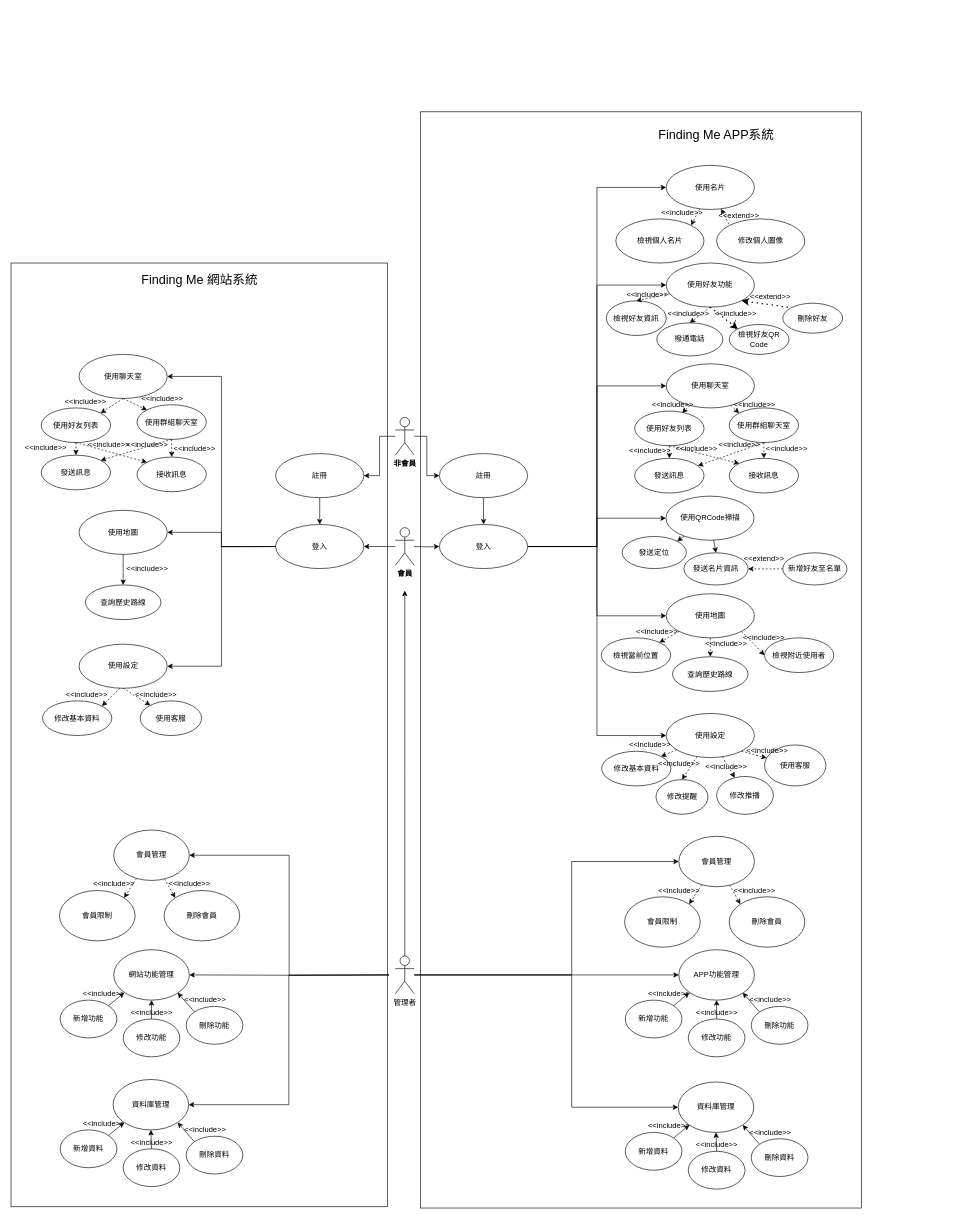
This is page "使用個案圖" (1 of 3) of Untitled Diagram.drawio from may900620/codepanimg, a draw.io file, before an edit. Source tidied: cells renumbered, new cells numbered last; positions are measured from the earlier drawing's top-left corner, leaving out a move shared by most shapes. Both pictures are drawn from the tidied source at 63%, with x=0, y=0 at pixel (11, 112).
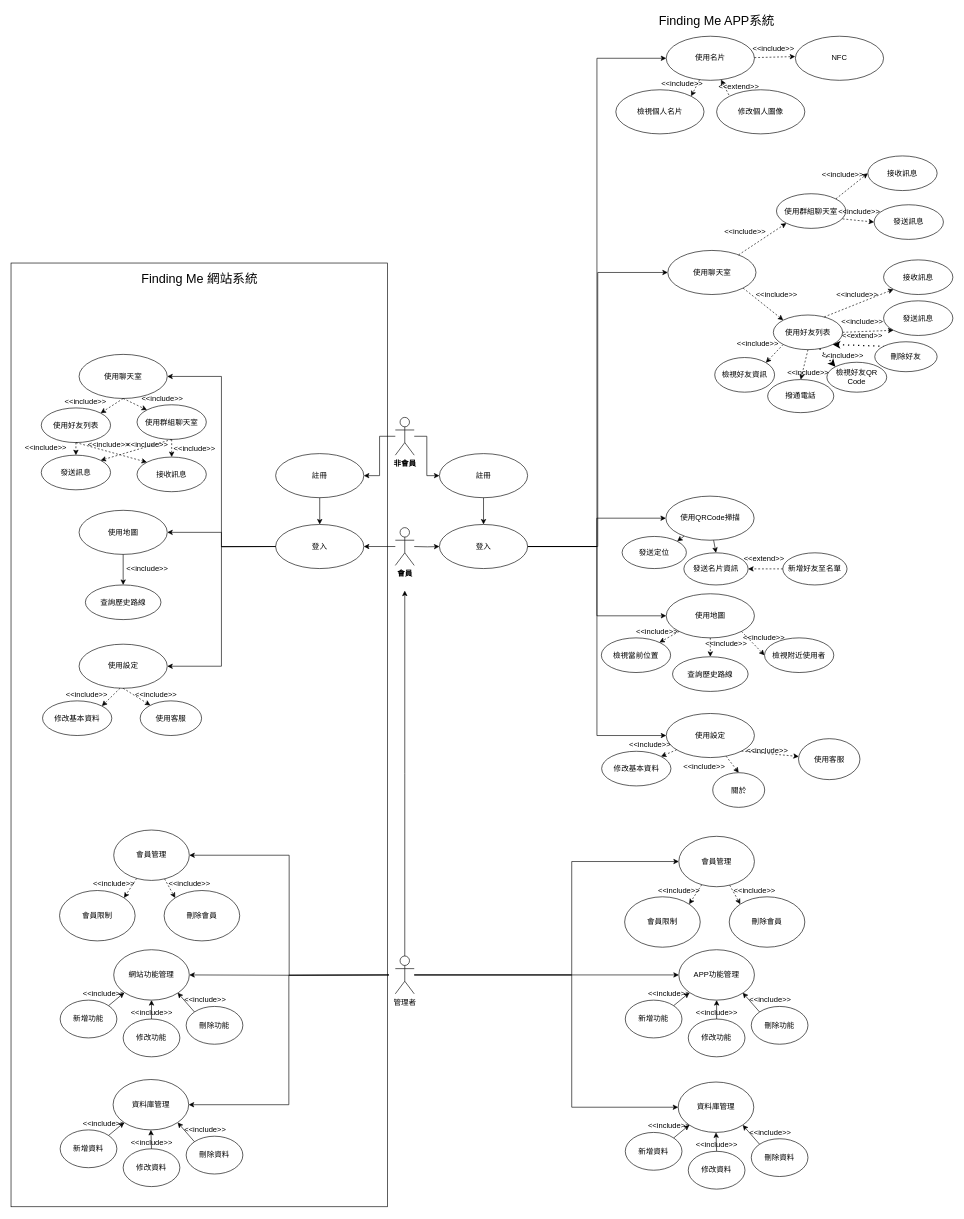
After the change.

The change refers to these unchanged cells:
```xml
<mxCell id="12" value="登入" style="ellipse;whiteSpace=wrap;html=1;fillColor=default;strokeColor=default;fontColor=default;" parent="1" vertex="1">
  <mxGeometry x="680" y="655" width="140" height="70" as="geometry" />
</mxCell>
<mxCell id="36" value="使用設定" style="ellipse;whiteSpace=wrap;html=1;fillColor=default;strokeColor=default;fontColor=default;" parent="1" vertex="1">
  <mxGeometry x="1040" y="955" width="140" height="70" as="geometry" />
</mxCell>
```

What changed in the source:
```diff
@@
-    <mxCell id="2" style="rounded=0;whiteSpace=wrap;html=1;labelBackgroundColor=none;fontSize=20;fillColor=none;verticalAlign=middle;" parent="1" vertex="1">
-      <mxGeometry x="650" width="700" height="1740" as="geometry" />
-    </mxCell>
@@
-    <mxCell id="10" style="edgeStyle=orthogonalEdgeStyle;rounded=0;jettySize=auto;html=1;entryX=0;entryY=0.5;entryDx=0;entryDy=0;labelBackgroundColor=default;fontColor=default;endArrow=classic;endFill=1;strokeColor=default;exitX=1;exitY=0.5;exitDx=0;exitDy=0;" parent="1" edge="1" source="12" target="54">
-      <mxGeometry relative="1" as="geometry" />
-    </mxCell>
@@
     <mxCell id="18" value="使用名片" style="ellipse;whiteSpace=wrap;html=1;fillColor=default;strokeColor=default;fontColor=default;" parent="1" vertex="1">
-      <mxGeometry x="1040" y="85" width="140" height="70" as="geometry" />
+      <mxGeometry x="1040" y="-120" width="140" height="70" as="geometry" />
     </mxCell>
@@
-    <mxCell id="33" style="edgeStyle=none;rounded=0;jettySize=auto;html=1;dashed=1;labelBackgroundColor=default;fontColor=default;endArrow=classic;endFill=1;strokeColor=default;" parent="1" edge="1" source="36" target="46">
-      <mxGeometry relative="1" as="geometry" />
-    </mxCell>
@@
     <mxCell id="42" value="修改個人圖像" style="ellipse;whiteSpace=wrap;html=1;fillColor=default;strokeColor=default;fontColor=default;" parent="1" vertex="1">
-      <mxGeometry x="1120" y="170" width="140" height="70" as="geometry" />
+      <mxGeometry x="1120" y="-35" width="140" height="70" as="geometry" />
     </mxCell>
     <mxCell id="43" value="&amp;lt;&amp;lt;extend&amp;gt;&amp;gt;" style="text;html=1;align=center;verticalAlign=middle;strokeColor=none;fillColor=none;fontColor=default;" parent="1" vertex="1">
-      <mxGeometry x="1115" y="155" width="80" height="20" as="geometry" />
+      <mxGeometry x="1115" y="-50" width="80" height="20" as="geometry" />
     </mxCell>
     <mxCell id="44" value="&amp;lt;&amp;lt;include&amp;gt;&amp;gt;" style="text;html=1;align=center;verticalAlign=middle;strokeColor=none;fillColor=none;fontColor=default;" parent="1" vertex="1">
-      <mxGeometry x="1025" y="150" width="80" height="20" as="geometry" />
+      <mxGeometry x="1025" y="-55" width="80" height="20" as="geometry" />
     </mxCell>
@@
-    <mxCell id="46" value="修改推播" style="ellipse;whiteSpace=wrap;html=1;fontColor=default;strokeColor=default;fillColor=default;" parent="1" vertex="1">
-      <mxGeometry x="1120" y="1055" width="90" height="60" as="geometry" />
-    </mxCell>
-    <mxCell id="47" value="修改提醒" style="ellipse;whiteSpace=wrap;html=1;fontColor=default;strokeColor=default;fillColor=default;" parent="1" vertex="1">
-      <mxGeometry x="1023.8" y="1060" width="82.5" height="55" as="geometry" />
+    <mxCell id="47" value="關於" style="ellipse;whiteSpace=wrap;html=1;fontColor=default;strokeColor=default;fillColor=default;" parent="1" vertex="1">
+      <mxGeometry x="1113.8" y="1049" width="82.5" height="55" as="geometry" />
     </mxCell>
@@
     <mxCell id="52" value="&lt;div&gt;使用客服&lt;/div&gt;" style="ellipse;whiteSpace=wrap;html=1;fontColor=default;strokeColor=default;fillColor=default;" parent="1" vertex="1">
-      <mxGeometry x="1196" y="1005" width="97.5" height="65" as="geometry" />
+      <mxGeometry x="1250" y="995" width="97.5" height="65" as="geometry" />
     </mxCell>
     <mxCell id="53" value="檢視個人名片" style="ellipse;whiteSpace=wrap;html=1;fillColor=default;strokeColor=default;fontColor=default;" parent="1" vertex="1">
-      <mxGeometry x="960" y="170" width="140" height="70" as="geometry" />
+      <mxGeometry x="960" y="-35" width="140" height="70" as="geometry" />
     </mxCell>
-    <mxCell id="54" value="使用好友功能" style="ellipse;whiteSpace=wrap;html=1;fillColor=default;strokeColor=default;fontColor=default;" parent="1" vertex="1">
-      <mxGeometry x="1040" y="240" width="140" height="70" as="geometry" />
-    </mxCell>
     <mxCell id="55" value="撥通電話" style="ellipse;whiteSpace=wrap;html=1;fillColor=default;strokeColor=default;fontColor=default;" parent="1" vertex="1">
-      <mxGeometry x="1025" y="335" width="105" height="52.5" as="geometry" />
+      <mxGeometry x="1201" y="425" width="105" height="52.5" as="geometry" />
     </mxCell>
-    <mxCell id="56" value="&amp;lt;&amp;lt;extend&amp;gt;&amp;gt;" style="text;html=1;align=center;verticalAlign=middle;strokeColor=none;fillColor=none;fontColor=default;" parent="1" vertex="1">
-      <mxGeometry x="1165" y="283.8" width="80" height="20" as="geometry" />
-    </mxCell>
-    <mxCell id="57" value="檢視好友資訊" style="ellipse;whiteSpace=wrap;html=1;fillColor=default;strokeColor=default;fontColor=default;" parent="1" vertex="1">
-      <mxGeometry x="945" y="300" width="95" height="55" as="geometry" />
-    </mxCell>
-    <mxCell id="58" style="edgeStyle=none;rounded=0;jettySize=auto;html=1;entryX=0.5;entryY=0;entryDx=0;entryDy=0;dashed=1;labelBackgroundColor=default;fontColor=default;endArrow=classic;endFill=1;strokeColor=default;" parent="1" edge="1" target="55">
-      <mxGeometry x="285" y="360" as="geometry">
-        <mxPoint x="1110" y="310" as="sourcePoint" />
-      </mxGeometry>
+    <mxCell id="58" style="edgeStyle=none;rounded=0;jettySize=auto;html=1;entryX=0.5;entryY=0;entryDx=0;entryDy=0;dashed=1;labelBackgroundColor=default;fontColor=default;endArrow=classic;endFill=1;strokeColor=default;exitX=0.5;exitY=1;exitDx=0;exitDy=0;" parent="1" edge="1" source="67" target="55">
+      <mxGeometry x="400" y="420" as="geometry" />
     </mxCell>
-    <mxCell id="59" style="rounded=0;jettySize=auto;html=1;entryX=0.5;entryY=0;entryDx=0;entryDy=0;labelBackgroundColor=default;fontColor=default;endArrow=classic;endFill=1;strokeColor=default;dashed=1;" parent="1" edge="1" source="54" target="57">
-      <mxGeometry x="285" y="360" as="geometry" />
-    </mxCell>
-    <mxCell id="60" value="刪除好友" style="ellipse;whiteSpace=wrap;html=1;fillColor=default;strokeColor=default;fontColor=default;" parent="1" vertex="1">
-      <mxGeometry x="1225" y="303.8" width="95" height="47.5" as="geometry" />
-    </mxCell>
-    <mxCell id="61" style="endArrow=none;dashed=1;html=1;dashPattern=1 3;strokeWidth=2;rounded=0;entryX=0;entryY=0;entryDx=0;entryDy=0;exitX=1;exitY=1;exitDx=0;exitDy=0;endFill=0;startArrow=classic;startFill=1;" parent="1" edge="1" source="54" target="60">
-      <mxGeometry relative="1" as="geometry" />
-    </mxCell>
-    <mxCell id="62" style="edgeStyle=orthogonalEdgeStyle;rounded=0;jettySize=auto;html=1;dashed=1;startArrow=none;startFill=0;endArrow=classic;endFill=1;" parent="1" edge="1" source="63" target="64">
-      <mxGeometry relative="1" as="geometry" />
+    <mxCell id="62" style="edgeStyle=orthogonalEdgeStyle;rounded=0;orthogonalLoop=1;jettySize=auto;html=1;dashed=1;startArrow=none;startFill=0;endArrow=classic;endFill=1;" parent="1" edge="1">
+      <mxGeometry relative="1" as="geometry">
+        <mxPoint x="1152.5" y="125" as="sourcePoint" />
+      </mxGeometry>
     </mxCell>
-    <mxCell id="63" value="&amp;lt;&amp;lt;include&amp;gt;&amp;gt;" style="text;html=1;align=center;verticalAlign=middle;points=[];strokeColor=none;fillColor=none;fontColor=default;" parent="1" vertex="1">
-      <mxGeometry x="1110" y="310" width="80" height="20" as="geometry" />
-    </mxCell>
-    <mxCell id="64" value="檢視好友QR Code" style="ellipse;whiteSpace=wrap;html=1;fillColor=default;strokeColor=default;fontColor=default;" parent="1" vertex="1">
-      <mxGeometry x="1140" y="337.5" width="95" height="47.5" as="geometry" />
-    </mxCell>
-    <mxCell id="65" style="endArrow=classic;dashed=1;html=1;dashPattern=1 3;strokeWidth=2;rounded=0;entryX=0;entryY=0;entryDx=0;entryDy=0;exitX=0.5;exitY=1;exitDx=0;exitDy=0;endFill=1;" parent="1" edge="1" source="54" target="64">
-      <mxGeometry relative="1" as="geometry" />
-    </mxCell>
     <mxCell id="66" value="使用聊天室" style="ellipse;whiteSpace=wrap;html=1;fillColor=default;strokeColor=default;fontColor=default;" parent="1" vertex="1">
-      <mxGeometry x="1040" y="400" width="140" height="70" as="geometry" />
+      <mxGeometry x="1042.5" y="220" width="140" height="70" as="geometry" />
     </mxCell>
     <mxCell id="67" value="使用好友列表" style="ellipse;whiteSpace=wrap;html=1;fillColor=default;strokeColor=default;fontColor=default;" parent="1" vertex="1">
-      <mxGeometry x="990" y="475" width="110" height="55" as="geometry" />
+      <mxGeometry x="1210" y="322.5" width="110" height="55" as="geometry" />
     </mxCell>
     <mxCell id="68" value="使用群組聊天室" style="ellipse;whiteSpace=wrap;html=1;fillColor=default;strokeColor=default;fontColor=default;" parent="1" vertex="1">
-      <mxGeometry x="1140" y="470" width="110" height="55" as="geometry" />
+      <mxGeometry x="1215" y="130" width="110" height="55" as="geometry" />
     </mxCell>
     <mxCell id="69" value="&amp;lt;&amp;lt;include&amp;gt;&amp;gt;" style="text;html=1;align=center;verticalAlign=middle;strokeColor=none;fillColor=none;fontColor=default;" parent="1" vertex="1">
-      <mxGeometry x="1010" y="455" width="80" height="20" as="geometry" />
+      <mxGeometry x="1125" y="180" width="80" height="20" as="geometry" />
     </mxCell>
     <mxCell id="70" value="&amp;lt;&amp;lt;include&amp;gt;&amp;gt;" style="text;html=1;align=center;verticalAlign=middle;strokeColor=none;fillColor=none;fontColor=default;" parent="1" vertex="1">
-      <mxGeometry x="1140" y="455" width="80" height="20" as="geometry" />
+      <mxGeometry x="1280" y="90" width="80" height="20" as="geometry" />
     </mxCell>
-    <mxCell id="71" style="endArrow=classic;html=1;rounded=0;labelBackgroundColor=default;fontColor=default;strokeColor=default;entryX=0.685;entryY=0.055;entryDx=0;entryDy=0;entryPerimeter=0;exitX=0.264;exitY=0.943;exitDx=0;exitDy=0;dashed=1;endFill=1;exitPerimeter=0;startArrow=none;startFill=0;" parent="1" edge="1" source="66" target="67">
+    <mxCell id="71" style="endArrow=classic;html=1;rounded=0;labelBackgroundColor=default;fontColor=default;strokeColor=default;entryX=0;entryY=0;entryDx=0;entryDy=0;exitX=1;exitY=1;exitDx=0;exitDy=0;dashed=1;endFill=1;startArrow=none;startFill=0;" parent="1" edge="1" source="66" target="67">
       <mxGeometry x="310" y="520" as="geometry" />
     </mxCell>
-    <mxCell id="72" style="endArrow=classic;dashed=1;html=1;rounded=0;labelBackgroundColor=default;fontColor=default;strokeColor=default;entryX=0;entryY=0;entryDx=0;entryDy=0;endFill=1;startArrow=none;startFill=0;" parent="1" edge="1" source="66" target="68">
+    <mxCell id="72" style="endArrow=classic;dashed=1;html=1;rounded=0;labelBackgroundColor=default;fontColor=default;strokeColor=default;entryX=0;entryY=1;entryDx=0;entryDy=0;endFill=1;startArrow=none;startFill=0;" parent="1" edge="1" source="66" target="68">
       <mxGeometry x="310" y="520" as="geometry" />
     </mxCell>
@@
     <mxCell id="76" value="&amp;lt;&amp;lt;include&amp;gt;&amp;gt;" style="text;html=1;align=center;verticalAlign=middle;strokeColor=none;fillColor=none;fontColor=default;" parent="1" vertex="1">
-      <mxGeometry x="1035" y="310" width="80" height="20" as="geometry" />
+      <mxGeometry x="1225" y="405" width="80" height="20" as="geometry" />
     </mxCell>
-    <mxCell id="77" value="&amp;lt;&amp;lt;include&amp;gt;&amp;gt;" style="text;html=1;align=center;verticalAlign=middle;strokeColor=none;fillColor=none;fontColor=default;" parent="1" vertex="1">
-      <mxGeometry x="970" y="280" width="80" height="20" as="geometry" />
-    </mxCell>
     <mxCell id="78" value="發送訊息" style="ellipse;whiteSpace=wrap;html=1;fillColor=default;strokeColor=default;fontColor=default;" parent="1" vertex="1">
-      <mxGeometry x="990" y="550" width="110" height="55" as="geometry" />
+      <mxGeometry x="1385" y="300" width="110" height="55" as="geometry" />
     </mxCell>
     <mxCell id="79" value="接收訊息" style="ellipse;whiteSpace=wrap;html=1;fillColor=default;strokeColor=default;fontColor=default;" parent="1" vertex="1">
-      <mxGeometry x="1140" y="550" width="110" height="55" as="geometry" />
+      <mxGeometry x="1385" y="235" width="110" height="55" as="geometry" />
     </mxCell>
-    <mxCell id="80" style="endArrow=classic;html=1;rounded=0;labelBackgroundColor=default;fontColor=default;strokeColor=default;entryX=0.5;entryY=0;entryDx=0;entryDy=0;exitX=0.5;exitY=1;exitDx=0;exitDy=0;dashed=1;endFill=1;startArrow=none;startFill=0;" parent="1" edge="1" source="67" target="78">
+    <mxCell id="80" style="endArrow=classic;html=1;rounded=0;labelBackgroundColor=default;fontColor=default;strokeColor=default;entryX=0;entryY=1;entryDx=0;entryDy=0;exitX=1;exitY=0.5;exitDx=0;exitDy=0;dashed=1;endFill=1;startArrow=none;startFill=0;" parent="1" edge="1" source="67" target="78">
       <mxGeometry x="320" y="530" as="geometry" />
     </mxCell>
-    <mxCell id="81" style="endArrow=classic;html=1;rounded=0;labelBackgroundColor=default;fontColor=default;strokeColor=default;entryX=0;entryY=0;entryDx=0;entryDy=0;exitX=0.5;exitY=1;exitDx=0;exitDy=0;dashed=1;endFill=1;startArrow=none;startFill=0;" parent="1" edge="1" source="67" target="79">
+    <mxCell id="81" style="endArrow=classic;html=1;rounded=0;labelBackgroundColor=default;fontColor=default;strokeColor=default;entryX=0;entryY=1;entryDx=0;entryDy=0;exitX=0.734;exitY=0.056;exitDx=0;exitDy=0;dashed=1;endFill=1;startArrow=none;startFill=0;exitPerimeter=0;" parent="1" edge="1" source="67" target="79">
       <mxGeometry x="330" y="540" as="geometry" />
     </mxCell>
-    <mxCell id="82" style="endArrow=classic;html=1;rounded=0;labelBackgroundColor=default;fontColor=default;strokeColor=default;exitX=0.5;exitY=1;exitDx=0;exitDy=0;dashed=1;endFill=1;startArrow=none;startFill=0;" parent="1" edge="1" source="68" target="78">
-      <mxGeometry x="340" y="550" as="geometry" />
+    <mxCell id="82" style="endArrow=classic;html=1;rounded=0;labelBackgroundColor=default;fontColor=default;strokeColor=default;dashed=1;endFill=1;startArrow=none;startFill=0;entryX=0;entryY=0.5;entryDx=0;entryDy=0;" parent="1" edge="1" target="196">
+      <mxGeometry x="340" y="550" as="geometry">
+        <mxPoint x="1320" y="170" as="sourcePoint" />
+      </mxGeometry>
     </mxCell>
-    <mxCell id="83" style="endArrow=classic;html=1;rounded=0;labelBackgroundColor=default;fontColor=default;strokeColor=default;exitX=0.5;exitY=1;exitDx=0;exitDy=0;dashed=1;endFill=1;startArrow=none;startFill=0;" parent="1" edge="1" source="68" target="79">
+    <mxCell id="83" style="endArrow=classic;html=1;rounded=0;labelBackgroundColor=default;fontColor=default;strokeColor=default;exitX=1;exitY=0;exitDx=0;exitDy=0;dashed=1;endFill=1;startArrow=none;startFill=0;entryX=0;entryY=0.5;entryDx=0;entryDy=0;" parent="1" edge="1" source="68" target="197">
       <mxGeometry x="330" y="540" as="geometry" />
     </mxCell>
     <mxCell id="84" value="&amp;lt;&amp;lt;include&amp;gt;&amp;gt;" style="text;html=1;align=center;verticalAlign=middle;strokeColor=none;fillColor=none;fontColor=default;" parent="1" vertex="1">
-      <mxGeometry x="974" y="528" width="80" height="20" as="geometry" />
+      <mxGeometry x="1175" y="280" width="80" height="20" as="geometry" />
     </mxCell>
     <mxCell id="85" value="&amp;lt;&amp;lt;include&amp;gt;&amp;gt;" style="text;html=1;align=center;verticalAlign=middle;strokeColor=none;fillColor=none;fontColor=default;" parent="1" vertex="1">
-      <mxGeometry x="1191" y="525" width="80" height="20" as="geometry" />
+      <mxGeometry x="1302.5" y="280" width="80" height="20" as="geometry" />
     </mxCell>
     <mxCell id="86" value="&amp;lt;&amp;lt;include&amp;gt;&amp;gt;" style="text;html=1;align=center;verticalAlign=middle;strokeColor=none;fillColor=none;fontColor=default;" parent="1" vertex="1">
-      <mxGeometry x="1116" y="518" width="80" height="20" as="geometry" />
+      <mxGeometry x="1311" y="322.5" width="80" height="20" as="geometry" />
     </mxCell>
     <mxCell id="87" value="&amp;lt;&amp;lt;include&amp;gt;&amp;gt;" style="text;html=1;align=center;verticalAlign=middle;strokeColor=none;fillColor=none;fontColor=default;" parent="1" vertex="1">
-      <mxGeometry x="1048" y="525" width="80" height="20" as="geometry" />
+      <mxGeometry x="1306" y="147.5" width="80" height="20" as="geometry" />
     </mxCell>
@@
     <mxCell id="89" value="&amp;lt;&amp;lt;include&amp;gt;&amp;gt;" style="text;html=1;align=center;verticalAlign=middle;strokeColor=none;fillColor=none;fontColor=default;" parent="1" vertex="1">
-      <mxGeometry x="1020" y="1025" width="80" height="20" as="geometry" />
+      <mxGeometry x="1060" y="1029" width="80" height="20" as="geometry" />
     </mxCell>
-    <mxCell id="90" value="&amp;lt;&amp;lt;include&amp;gt;&amp;gt;" style="text;html=1;align=center;verticalAlign=middle;strokeColor=none;fillColor=none;fontColor=default;" parent="1" vertex="1">
-      <mxGeometry x="1095" y="1029" width="80" height="20" as="geometry" />
-    </mxCell>
@@
     <mxCell id="109" value="&lt;div&gt;Finding Me APP系統&lt;/div&gt;" style="text;html=1;align=center;verticalAlign=middle;strokeColor=none;fillColor=none;fontSize=20;" parent="1" vertex="1">
-      <mxGeometry x="1019" y="20" width="200" height="30" as="geometry" />
+      <mxGeometry x="1020" y="-160" width="200" height="30" as="geometry" />
     </mxCell>
@@
+    <mxCell id="56" value="&amp;lt;&amp;lt;extend&amp;gt;&amp;gt;" style="text;html=1;align=center;verticalAlign=middle;strokeColor=none;fillColor=none;fontColor=default;" parent="1" vertex="1">
+      <mxGeometry x="1311" y="345" width="80" height="20" as="geometry" />
+    </mxCell>
+    <mxCell id="60" value="刪除好友" style="ellipse;whiteSpace=wrap;html=1;fillColor=default;strokeColor=default;fontColor=default;" parent="1" vertex="1">
+      <mxGeometry x="1371" y="365" width="99" height="47.5" as="geometry" />
+    </mxCell>
+    <mxCell id="188" style="endArrow=none;dashed=1;html=1;dashPattern=1 3;strokeWidth=2;rounded=0;entryX=0;entryY=0;entryDx=0;entryDy=0;exitX=1;exitY=1;exitDx=0;exitDy=0;endFill=0;startArrow=classic;startFill=1;" parent="1" edge="1" source="67" target="60">
+      <mxGeometry relative="1" as="geometry" />
+    </mxCell>
+    <mxCell id="189" value="&amp;lt;&amp;lt;include&amp;gt;&amp;gt;" style="text;html=1;align=center;verticalAlign=middle;strokeColor=none;fillColor=none;fontColor=default;" parent="1" vertex="1">
+      <mxGeometry x="1280" y="377.5" width="80" height="20" as="geometry" />
+    </mxCell>
+    <mxCell id="64" value="檢視好友QR Code" style="ellipse;whiteSpace=wrap;html=1;fillColor=default;strokeColor=default;fontColor=default;" parent="1" vertex="1">
+      <mxGeometry x="1295" y="397.5" width="95" height="47.5" as="geometry" />
+    </mxCell>
+    <mxCell id="190" style="endArrow=classic;dashed=1;html=1;dashPattern=1 3;strokeWidth=2;rounded=0;entryX=0;entryY=0;entryDx=0;entryDy=0;exitX=0.669;exitY=0.974;exitDx=0;exitDy=0;endFill=1;exitPerimeter=0;" parent="1" edge="1" source="67" target="64">
+      <mxGeometry relative="1" as="geometry" />
+    </mxCell>
+    <mxCell id="191" value="NFC" style="ellipse;whiteSpace=wrap;html=1;fillColor=default;strokeColor=default;fontColor=default;" parent="1" vertex="1">
+      <mxGeometry x="1245" y="-120" width="140" height="70" as="geometry" />
+    </mxCell>
+    <mxCell id="192" style="rounded=0;jettySize=auto;html=1;entryX=-0.002;entryY=0.461;entryDx=0;entryDy=0;labelBackgroundColor=default;fontColor=default;endArrow=classic;endFill=1;strokeColor=default;dashed=1;startArrow=none;startFill=0;entryPerimeter=0;" parent="1" edge="1" source="18" target="191">
+      <mxGeometry relative="1" as="geometry" />
+    </mxCell>
+    <mxCell id="193" value="&amp;lt;&amp;lt;include&amp;gt;&amp;gt;" style="text;html=1;align=center;verticalAlign=middle;strokeColor=none;fillColor=none;fontColor=default;" parent="1" vertex="1">
+      <mxGeometry x="1170" y="-110" width="80" height="20" as="geometry" />
+    </mxCell>
+    <mxCell id="57" value="檢視好友資訊" style="ellipse;whiteSpace=wrap;html=1;fillColor=default;strokeColor=default;fontColor=default;" parent="1" vertex="1">
+      <mxGeometry x="1117" y="390" width="95" height="55" as="geometry" />
+    </mxCell>
+    <mxCell id="194" style="rounded=0;jettySize=auto;html=1;entryX=1;entryY=0;entryDx=0;entryDy=0;labelBackgroundColor=default;fontColor=default;endArrow=classic;endFill=1;strokeColor=default;dashed=1;exitX=0;exitY=1;exitDx=0;exitDy=0;" parent="1" edge="1" source="67" target="57">
+      <mxGeometry x="460" y="427.5" as="geometry" />
+    </mxCell>
+    <mxCell id="195" value="&amp;lt;&amp;lt;include&amp;gt;&amp;gt;" style="text;html=1;align=center;verticalAlign=middle;strokeColor=none;fillColor=none;fontColor=default;" parent="1" vertex="1">
+      <mxGeometry x="1145" y="357.5" width="80" height="20" as="geometry" />
+    </mxCell>
+    <mxCell id="196" value="發送訊息" style="ellipse;whiteSpace=wrap;html=1;fillColor=default;strokeColor=default;fontColor=default;" parent="1" vertex="1">
+      <mxGeometry x="1370" y="147.5" width="110" height="55" as="geometry" />
+    </mxCell>
+    <mxCell id="197" value="接收訊息" style="ellipse;whiteSpace=wrap;html=1;fillColor=default;strokeColor=default;fontColor=default;" parent="1" vertex="1">
+      <mxGeometry x="1360" y="70" width="110" height="55" as="geometry" />
+    </mxCell>
```
